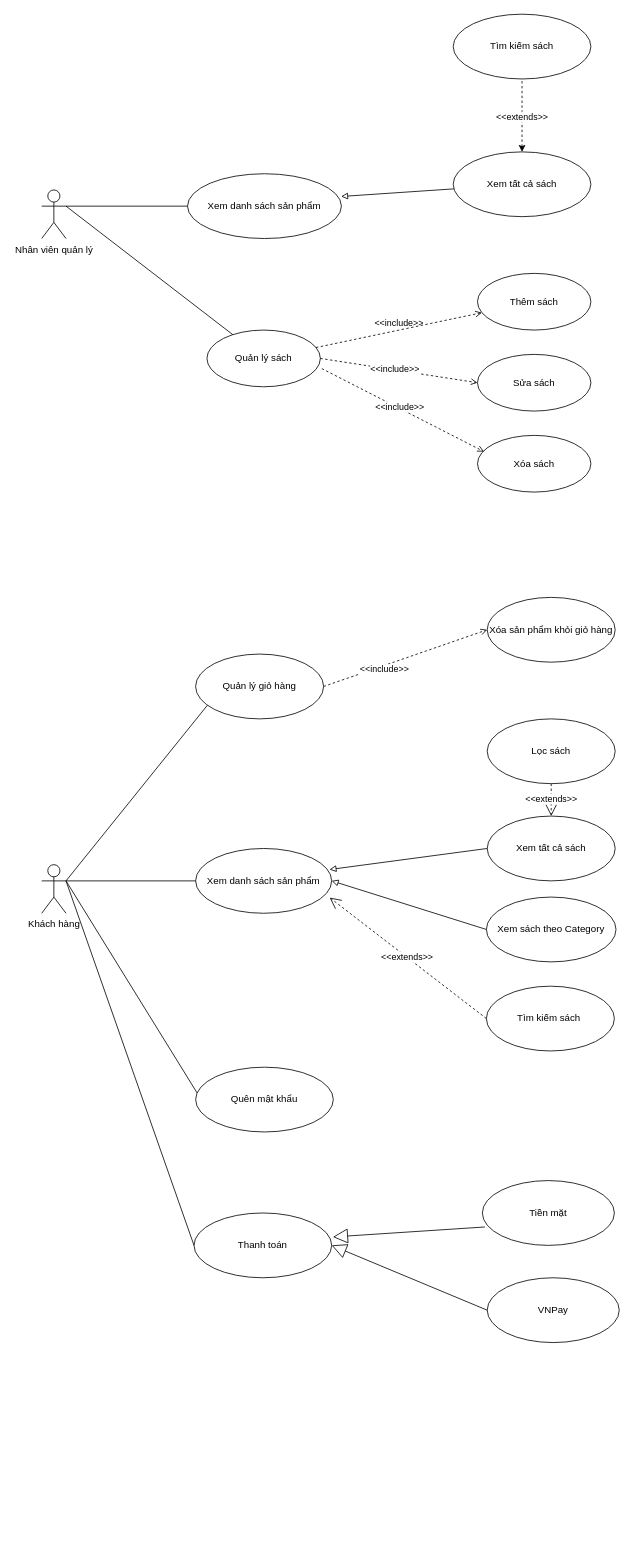
The draw.io diagram Documents/Usecase_BookStore.drawio in nphuonha2101/BookStore_Software-Engineering, before the edit. Source tidied: cells renumbered, new cells numbered last; positions are measured from the earlier drawing's top-left corner, leaving out a move shared by most shapes. Both pictures are drawn from the tidied source at 81%, with x=0, y=0 at pixel (41, 14).
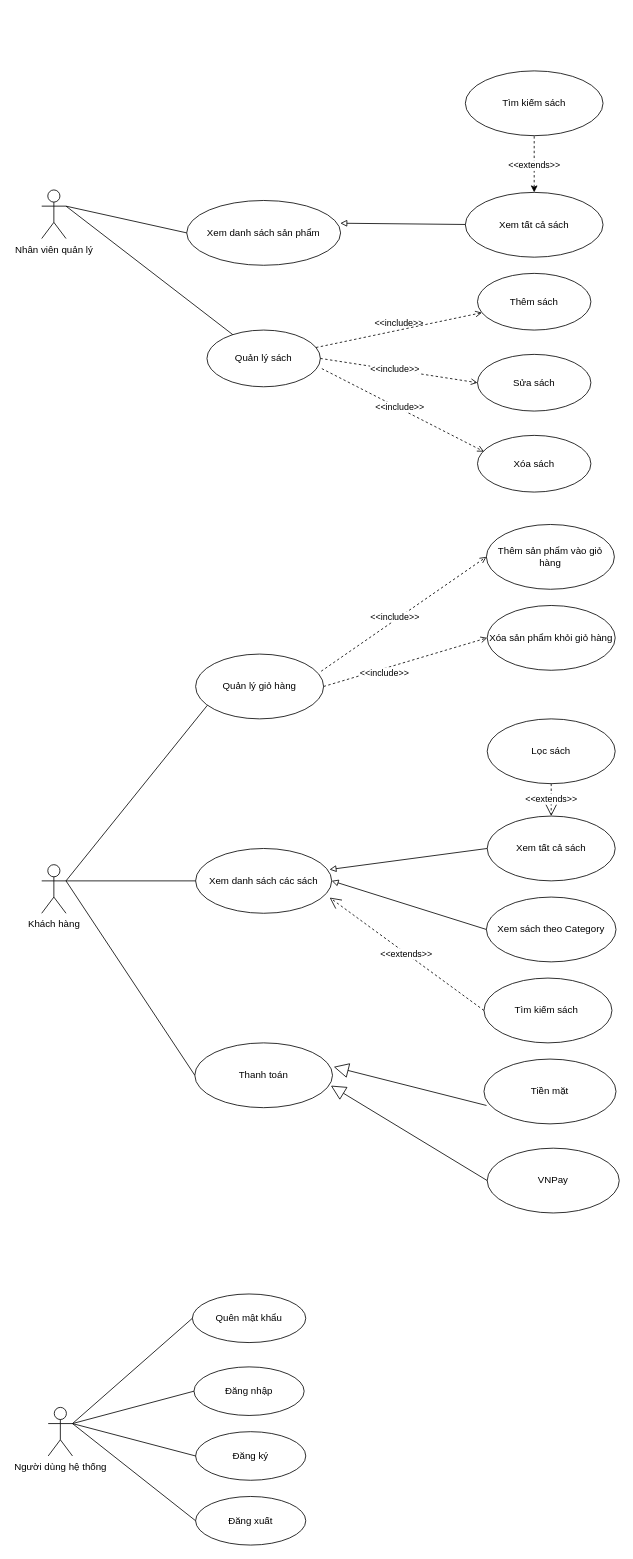
Above is the later version.

Commit message:
feat: update usecase scenario v2.1.0

Unchanged cells that the change refers to:
```xml
<mxCell id="2" value="&lt;div&gt;Nhân viên quản lý&lt;/div&gt;" style="shape=umlActor;verticalLabelPosition=bottom;verticalAlign=top;html=1;outlineConnect=0;" parent="1" vertex="1">
  <mxGeometry y="217" width="30" height="60" as="geometry" />
</mxCell>
<mxCell id="14" value="Khách hàng" style="shape=umlActor;verticalLabelPosition=bottom;verticalAlign=top;html=1;" parent="1" vertex="1">
  <mxGeometry y="1050" width="30" height="60" as="geometry" />
</mxCell>
<mxCell id="41" value="Quản lý giỏ hàng" style="ellipse;whiteSpace=wrap;html=1;" parent="1" vertex="1">
  <mxGeometry x="190" y="790" width="158" height="80" as="geometry" />
</mxCell>
```

What changed in the source:
```diff
@@
     <mxCell id="3" value="Xem danh sách sản phẩm" style="ellipse;whiteSpace=wrap;html=1;" parent="1" vertex="1">
-      <mxGeometry x="180" y="197" width="190" height="80" as="geometry" />
+      <mxGeometry x="179" y="230" width="190" height="80" as="geometry" />
     </mxCell>
-    <mxCell id="4" style="edgeStyle=orthogonalEdgeStyle;rounded=0;jettySize=auto;html=1;exitX=1;exitY=0.3333333333333333;exitDx=0;exitDy=0;exitPerimeter=0;entryX=0;entryY=0.5;entryDx=0;entryDy=0;entryPerimeter=0;endArrow=none;endFill=0;" parent="1" edge="1" source="2" target="3">
-      <mxGeometry relative="1" as="geometry" />
-    </mxCell>
     <mxCell id="5" value="Xem tất cả sách" style="ellipse;whiteSpace=wrap;html=1;" parent="1" vertex="1">
-      <mxGeometry x="508" y="170" width="170" height="80" as="geometry" />
+      <mxGeometry x="523" y="220" width="170" height="80" as="geometry" />
     </mxCell>
@@
     <mxCell id="7" value="Tìm kiếm sách" style="ellipse;whiteSpace=wrap;html=1;" parent="1" vertex="1">
-      <mxGeometry x="508" width="170" height="80" as="geometry" />
+      <mxGeometry x="523" y="70" width="170" height="80" as="geometry" />
     </mxCell>
@@
-    <mxCell id="15" value="Xem danh sách sản phẩm" style="ellipse;whiteSpace=wrap;html=1;" parent="1" vertex="1">
+    <mxCell id="15" value="Xem danh sách các sách" style="ellipse;whiteSpace=wrap;html=1;" parent="1" vertex="1">
       <mxGeometry x="190" y="1030" width="168" height="80" as="geometry" />
     </mxCell>
@@
     <mxCell id="19" value="Tìm kiếm sách&amp;nbsp;" style="ellipse;whiteSpace=wrap;html=1;" parent="1" vertex="1">
-      <mxGeometry x="549" y="1200" width="158" height="80" as="geometry" />
+      <mxGeometry x="546" y="1190" width="158" height="80" as="geometry" />
     </mxCell>
@@
-    <mxCell id="33" value="Quên mật khẩu" style="ellipse;whiteSpace=wrap;html=1;" parent="1" vertex="1">
-      <mxGeometry x="190" y="1300" width="170" height="80" as="geometry" />
-    </mxCell>
     <mxCell id="34" value="Thanh toán" style="ellipse;whiteSpace=wrap;html=1;" parent="1" vertex="1">
-      <mxGeometry x="188" y="1480" width="170" height="80" as="geometry" />
+      <mxGeometry x="189" y="1270" width="170" height="80" as="geometry" />
     </mxCell>
     <mxCell id="35" value="Tiền mặt" style="ellipse;whiteSpace=wrap;html=1;" parent="1" vertex="1">
-      <mxGeometry x="544" y="1440" width="163" height="80" as="geometry" />
+      <mxGeometry x="546" y="1290" width="163" height="80" as="geometry" />
     </mxCell>
     <mxCell id="36" value="VNPay" style="ellipse;whiteSpace=wrap;html=1;" parent="1" vertex="1">
-      <mxGeometry x="550" y="1560" width="163" height="80" as="geometry" />
+      <mxGeometry x="550" y="1400" width="163" height="80" as="geometry" />
     </mxCell>
-    <mxCell id="37" style="endArrow=block;endSize=16;endFill=0;html=1;rounded=0;exitX=0;exitY=0.5;exitDx=0;exitDy=0;" parent="1" edge="1" source="36">
-      <mxGeometry relative="1" as="geometry">
-        <mxPoint x="358" y="1520" as="targetPoint" />
-      </mxGeometry>
+    <mxCell id="37" style="endArrow=block;endSize=16;endFill=0;html=1;rounded=0;exitX=0;exitY=0.5;exitDx=0;exitDy=0;entryX=0.988;entryY=0.66;entryDx=0;entryDy=0;entryPerimeter=0;" parent="1" edge="1" source="36" target="34">
+      <mxGeometry relative="1" as="geometry" />
     </mxCell>
@@
-    <mxCell id="39" style="endArrow=none;html=1;rounded=0;entryX=0.011;entryY=0.398;entryDx=0;entryDy=0;entryPerimeter=0;exitX=1;exitY=0.3333333333333333;exitDx=0;exitDy=0;exitPerimeter=0;" parent="1" edge="1" source="14" target="33">
-      <mxGeometry relative="1" as="geometry" />
-    </mxCell>
@@
     <mxCell id="43" value="Xóa sản phẩm khỏi giỏ hàng" style="ellipse;whiteSpace=wrap;html=1;" parent="1" vertex="1">
-      <mxGeometry x="550" y="720" width="158" height="80" as="geometry" />
+      <mxGeometry x="550" y="730" width="158" height="80" as="geometry" />
     </mxCell>
@@
+    <mxCell id="46" value="Thêm sản phẩm vào giỏ hàng" style="ellipse;whiteSpace=wrap;html=1;" parent="1" vertex="1">
+      <mxGeometry x="549" y="630" width="158" height="80" as="geometry" />
+    </mxCell>
+    <mxCell id="47" style="endArrow=open;dashed=1;html=1;rounded=0;entryX=0;entryY=0.5;entryDx=0;entryDy=0;exitX=0.981;exitY=0.265;exitDx=0;exitDy=0;exitPerimeter=0;endFill=0;" parent="1" edge="1" source="41" target="46">
+      <mxGeometry relative="1" as="geometry" />
+    </mxCell>
+    <mxCell id="48" value="&amp;lt;&amp;lt;include&amp;gt;&amp;gt;" style="edgeLabel;html=1;align=center;verticalAlign=middle;" parent="47" vertex="1">
+      <mxGeometry x="-0.09" y="4" relative="1" as="geometry" />
+    </mxCell>
+    <mxCell id="49" value="Người dùng hệ thống" style="shape=umlActor;verticalLabelPosition=bottom;verticalAlign=top;html=1;outlineConnect=0;" parent="1" vertex="1">
+      <mxGeometry x="8" y="1720" width="30" height="60" as="geometry" />
+    </mxCell>
+    <mxCell id="50" value="Đăng nhập" style="ellipse;whiteSpace=wrap;html=1;" parent="1" vertex="1">
+      <mxGeometry x="188" y="1670" width="136" height="60" as="geometry" />
+    </mxCell>
+    <mxCell id="51" value="Đăng ký" style="ellipse;whiteSpace=wrap;html=1;" parent="1" vertex="1">
+      <mxGeometry x="190" y="1750" width="136" height="60" as="geometry" />
+    </mxCell>
+    <mxCell id="52" value="Đăng xuất" style="ellipse;whiteSpace=wrap;html=1;" parent="1" vertex="1">
+      <mxGeometry x="190" y="1830" width="136" height="60" as="geometry" />
+    </mxCell>
+    <mxCell id="33" value="Quên mật khẩu" style="ellipse;whiteSpace=wrap;html=1;" parent="1" vertex="1">
+      <mxGeometry x="186" y="1580" width="140" height="60" as="geometry" />
+    </mxCell>
+    <mxCell id="53" style="endArrow=none;html=1;rounded=0;entryX=0;entryY=0.5;entryDx=0;entryDy=0;exitX=1;exitY=0.3333333333333333;exitDx=0;exitDy=0;exitPerimeter=0;" parent="1" edge="1" source="49" target="33">
+      <mxGeometry relative="1" as="geometry" />
+    </mxCell>
+    <mxCell id="54" style="endArrow=none;html=1;rounded=0;entryX=0;entryY=0.5;entryDx=0;entryDy=0;exitX=1;exitY=0.3333333333333333;exitDx=0;exitDy=0;exitPerimeter=0;" parent="1" edge="1" source="49" target="50">
+      <mxGeometry relative="1" as="geometry" />
+    </mxCell>
+    <mxCell id="55" style="endArrow=none;html=1;rounded=0;entryX=0;entryY=0.5;entryDx=0;entryDy=0;exitX=1;exitY=0.3333333333333333;exitDx=0;exitDy=0;exitPerimeter=0;" parent="1" edge="1" source="49" target="51">
+      <mxGeometry relative="1" as="geometry" />
+    </mxCell>
+    <mxCell id="56" style="endArrow=none;html=1;rounded=0;entryX=0;entryY=0.5;entryDx=0;entryDy=0;exitX=1;exitY=0.3333333333333333;exitDx=0;exitDy=0;exitPerimeter=0;" parent="1" edge="1" source="49" target="52">
+      <mxGeometry relative="1" as="geometry" />
+    </mxCell>
+    <mxCell id="4" style="endArrow=none;html=1;rounded=0;entryX=0;entryY=0.5;entryDx=0;entryDy=0;exitX=1;exitY=0.3333333333333333;exitDx=0;exitDy=0;exitPerimeter=0;" parent="1" edge="1" source="2" target="3">
+      <mxGeometry relative="1" as="geometry" />
+    </mxCell>
```
